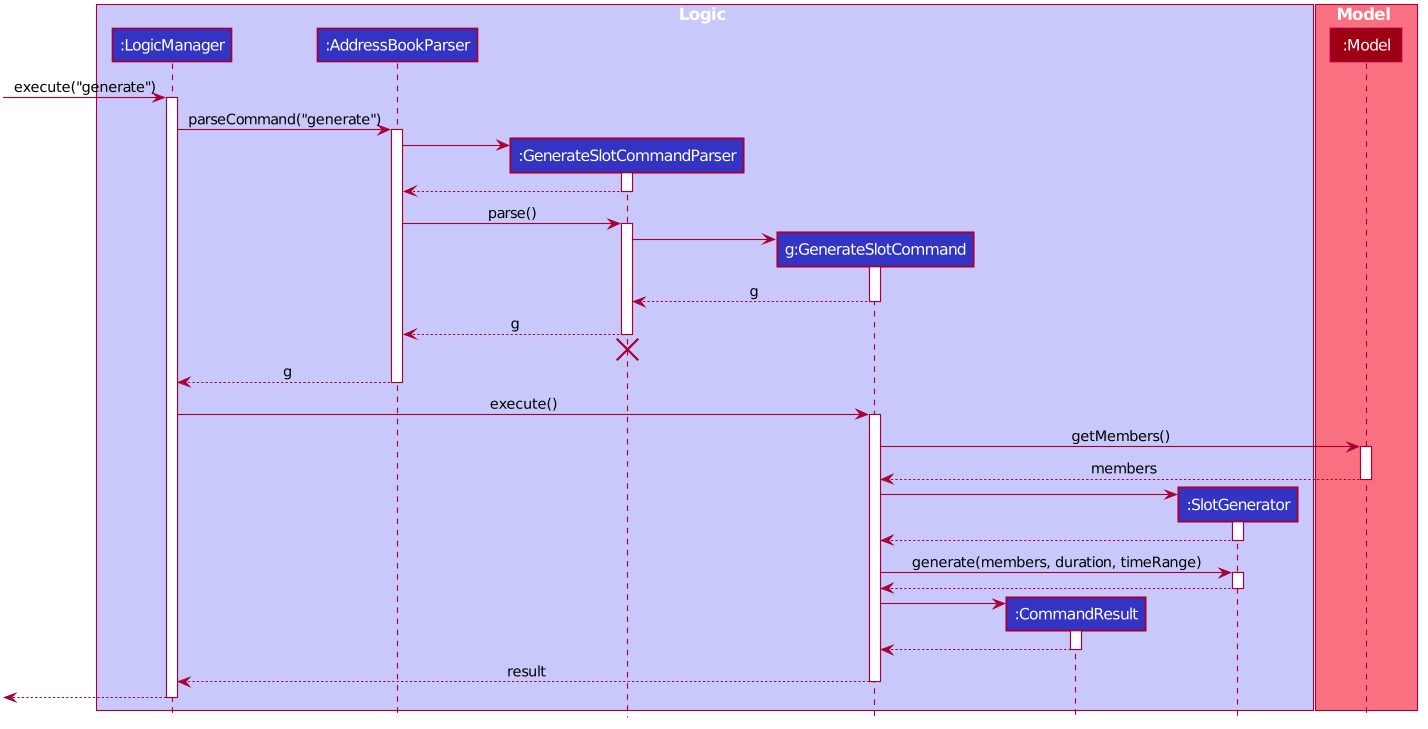
Earlier version of the PlantUML export docs/images/GenerateSlotSequenceDiagram.png (nus-cs2103-AY1920S1/addressbook-level3). Source of this version:
```plantuml
@startuml








skinparam BackgroundColor #FFFFFFF

skinparam Shadowing false

skinparam Class {
    FontColor #FFFFFF
    BorderThickness 1
    BorderColor #FFFFFF
    StereotypeFontColor #FFFFFF
    FontName Arial
}

skinparam Actor {
    BorderColor #000000
    Color #000000
    FontName Arial
}

skinparam Sequence {
    MessageAlign center
    BoxFontSize 15
    BoxPadding 0
    BoxFontColor #FFFFFF
    FontName Arial
}

skinparam Participant {
    FontColor #FFFFFFF
    Padding 20
}

skinparam MinClassWidth 50
skinparam ParticipantPadding 10
skinparam Shadowing false
skinparam DefaultTextAlignment center
skinparam packageStyle Rectangle

hide footbox
hide members
hide circle

box Logic #C8C8FA
participant ":LogicManager" as LogicManager #3333C4
participant ":AddressBookParser" as AddressBookParser #3333C4
participant ":GenerateSlotCommandParser" as GenerateSlotCommandParser #3333C4
participant "g:GenerateSlotCommand" as GenerateSlotCommand #3333C4
participant ":CommandResult" as CommandResult #3333C4
participant ":SlotGenerator" as SlotGenerator #3333C4
end box

box Model #F97181
participant ":Model" as Model #9D0012
end box

[-> LogicManager : execute("generate")
activate LogicManager

LogicManager -> AddressBookParser : parseCommand("generate")
activate AddressBookParser

create GenerateSlotCommandParser
AddressBookParser -> GenerateSlotCommandParser
activate GenerateSlotCommandParser

GenerateSlotCommandParser --> AddressBookParser
deactivate GenerateSlotCommandParser

AddressBookParser -> GenerateSlotCommandParser : parse()
activate GenerateSlotCommandParser

create GenerateSlotCommand
GenerateSlotCommandParser -> GenerateSlotCommand
activate GenerateSlotCommand

GenerateSlotCommand --> GenerateSlotCommandParser : g
deactivate GenerateSlotCommand

GenerateSlotCommandParser --> AddressBookParser : g
deactivate GenerateSlotCommandParser
GenerateSlotCommandParser -[hidden]-> AddressBookParser
destroy GenerateSlotCommandParser

AddressBookParser --> LogicManager : g
deactivate AddressBookParser

LogicManager -> GenerateSlotCommand : execute()
activate GenerateSlotCommand

GenerateSlotCommand -> Model : getMembers()
activate Model

Model --> GenerateSlotCommand : members
deactivate Model

create SlotGenerator
GenerateSlotCommand -> SlotGenerator
activate SlotGenerator

SlotGenerator --> GenerateSlotCommand
deactivate SlotGenerator

GenerateSlotCommand -> SlotGenerator : generate(members, duration, timeRange)
activate SlotGenerator

SlotGenerator --> GenerateSlotCommand
deactivate SlotGenerator

create CommandResult
GenerateSlotCommand -> CommandResult
activate CommandResult

CommandResult --> GenerateSlotCommand
deactivate CommandResult

GenerateSlotCommand --> LogicManager : result
deactivate GenerateSlotCommand

[<--LogicManager
deactivate LogicManager
@enduml
```
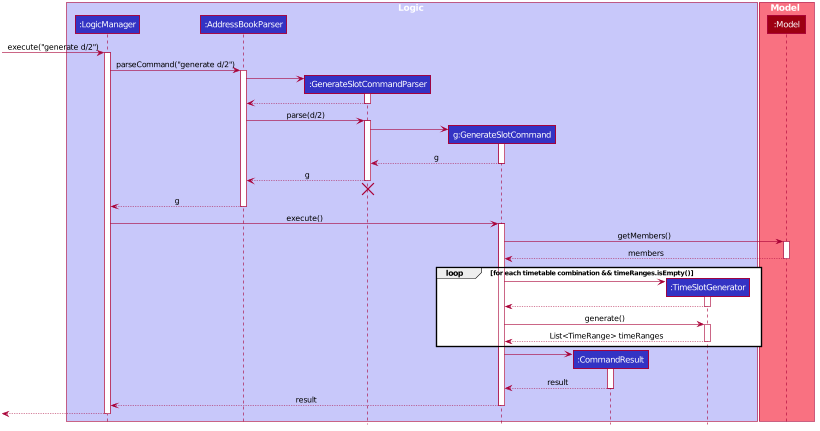
Later version of the same file.

Diff of the diagram source:
```diff
@@ -54,17 +54,17 @@
 participant ":GenerateSlotCommandParser" as GenerateSlotCommandParser #3333C4
 participant "g:GenerateSlotCommand" as GenerateSlotCommand #3333C4
 participant ":CommandResult" as CommandResult #3333C4
-participant ":SlotGenerator" as SlotGenerator #3333C4
+participant ":TimeSlotGenerator" as TimeSlotGenerator #3333C4
 end box
 
 box Model #F97181
 participant ":Model" as Model #9D0012
 end box
 
-[-> LogicManager : execute("generate")
+[-> LogicManager : execute("generate d/2")
 activate LogicManager
 
-LogicManager -> AddressBookParser : parseCommand("generate")
+LogicManager -> AddressBookParser : parseCommand("generate d/2")
 activate AddressBookParser
 
 create GenerateSlotCommandParser
@@ -74,7 +74,7 @@
 GenerateSlotCommandParser --> AddressBookParser
 deactivate GenerateSlotCommandParser
 
-AddressBookParser -> GenerateSlotCommandParser : parse()
+AddressBookParser -> GenerateSlotCommandParser : parse(d/2)
 activate GenerateSlotCommandParser
 
 create GenerateSlotCommand
@@ -101,24 +101,26 @@
 Model --> GenerateSlotCommand : members
 deactivate Model
 
-create SlotGenerator
-GenerateSlotCommand -> SlotGenerator
-activate SlotGenerator
+loop for each timetable combination && timeRanges.isEmpty()
+    create TimeSlotGenerator
+    GenerateSlotCommand -> TimeSlotGenerator
+    activate TimeSlotGenerator
 
-SlotGenerator --> GenerateSlotCommand
-deactivate SlotGenerator
+    TimeSlotGenerator --> GenerateSlotCommand
+    deactivate TimeSlotGenerator
 
-GenerateSlotCommand -> SlotGenerator : generate(members, duration, timeRange)
-activate SlotGenerator
+    GenerateSlotCommand -> TimeSlotGenerator : generate()
+    activate TimeSlotGenerator
 
-SlotGenerator --> GenerateSlotCommand
-deactivate SlotGenerator
+    TimeSlotGenerator --> GenerateSlotCommand : List<TimeRange> timeRanges
+    deactivate TimeSlotGenerator
+end
 
 create CommandResult
 GenerateSlotCommand -> CommandResult
 activate CommandResult
 
-CommandResult --> GenerateSlotCommand
+CommandResult --> GenerateSlotCommand : result
 deactivate CommandResult
 
 GenerateSlotCommand --> LogicManager : result
```
